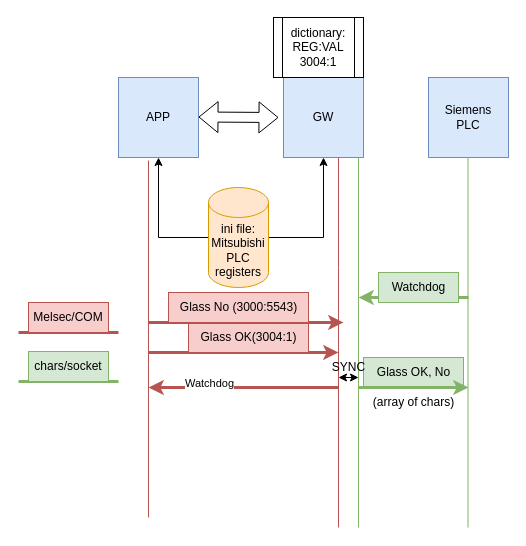
Before: page "seq chart" (4 of 4) of GW Inspection.drawio in megavad/Diagrams, a draw.io diagram. Source tidied: cells renumbered, new cells numbered last; positions are measured from the earlier drawing's top-left corner, leaving out a move shared by most shapes. Both pictures are drawn from the tidied source at 100%, with x=0, y=0 at pixel (18, 17).
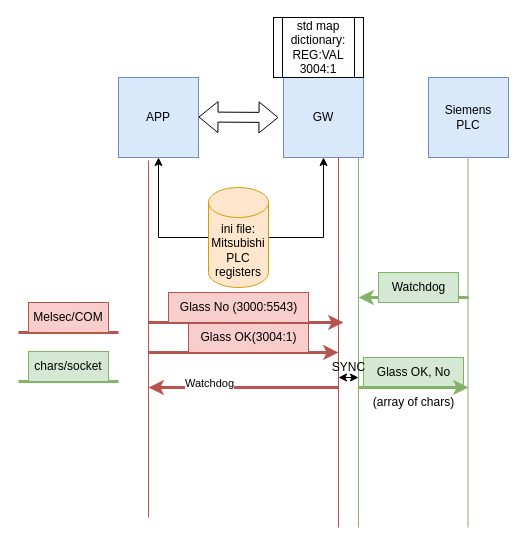
The same page after the edit.

Change to the diagram source:
```diff
@@
-    <mxCell id="8" value="dictionary:&lt;br&gt;REG:VAL&lt;br&gt;3004:1" style="shape=process;whiteSpace=wrap;html=1;backgroundOutline=1;" parent="1" vertex="1">
+    <mxCell id="8" value="std map dictionary:&lt;br&gt;REG:VAL&lt;br&gt;3004:1" style="shape=process;whiteSpace=wrap;html=1;backgroundOutline=1;" parent="1" vertex="1">
       <mxGeometry x="255" width="90" height="60" as="geometry" />
     </mxCell>
```
